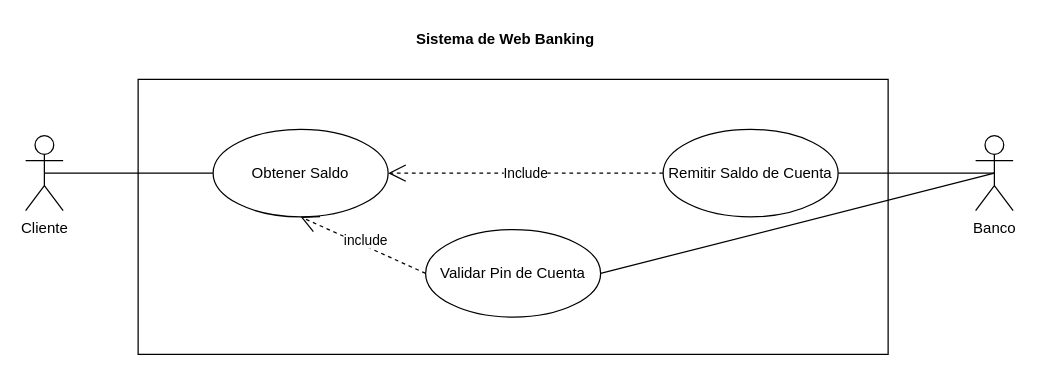
elias-gill-UNA/Compartido keeps this draw.io diagram as parcial/Casos de Uso/Caso_de_Uso_Obtener_Saldo.drawio. Above is the earlier version. Source tidied: cells renumbered, new cells numbered last; positions are measured from the earlier drawing's top-left corner, leaving out a move shared by most shapes. Both pictures are drawn from the tidied source at 125%, with x=0, y=0 at pixel (25, 21).
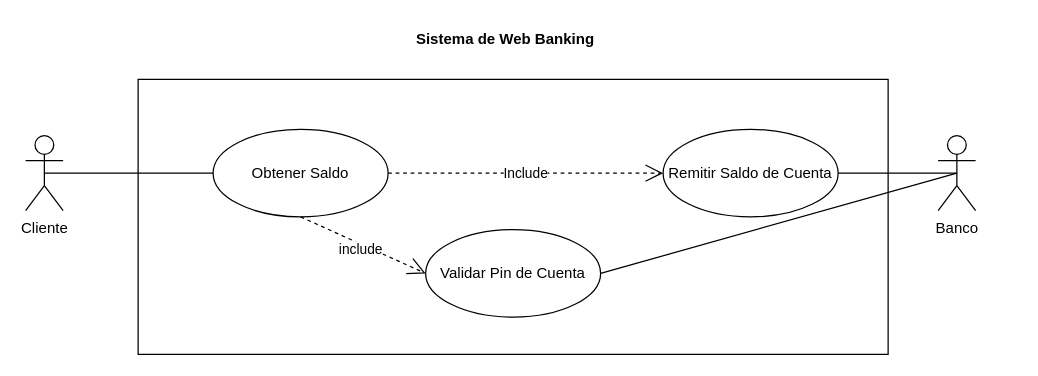
Above is the later version.

What changed in the source:
```diff
@@
 <mxGraphModel>
   <root>
     <mxCell id="0" />
     <mxCell id="1" parent="0" />
     <mxCell id="2" style="html=1;" parent="1" vertex="1">
       <mxGeometry x="90" y="46" width="600" height="220" as="geometry" />
     </mxCell>
     <mxCell id="3" value="Cliente" style="shape=umlActor;verticalLabelPosition=bottom;verticalAlign=top;html=1;" parent="1" vertex="1">
       <mxGeometry y="91" width="30" height="60" as="geometry" />
     </mxCell>
     <mxCell id="4" value="Sistema de Web Banking" style="text;align=center;fontStyle=1;verticalAlign=middle;spacingLeft=3;spacingRight=3;strokeColor=none;" parent="1" vertex="1">
       <mxGeometry x="344" width="80" height="26" as="geometry" />
     </mxCell>
     <mxCell id="5" value="Banco" style="shape=umlActor;verticalLabelPosition=bottom;verticalAlign=top;html=1;" parent="1" vertex="1">
-      <mxGeometry x="760" y="91" width="30" height="60" as="geometry" />
+      <mxGeometry x="730" y="91" width="30" height="60" as="geometry" />
     </mxCell>
     <mxCell id="6" style="endArrow=none;html=1;rounded=0;exitX=0;exitY=0.5;exitDx=0;exitDy=0;entryX=0.5;entryY=0.5;entryDx=0;entryDy=0;entryPerimeter=0;" parent="1" edge="1" source="7" target="3">
       <mxGeometry relative="1" as="geometry" />
     </mxCell>
     <mxCell id="7" value="Obtener Saldo" style="ellipse;whiteSpace=wrap;html=1;" parent="1" vertex="1">
       <mxGeometry x="150" y="86" width="140" height="70" as="geometry" />
     </mxCell>
     <mxCell id="8" value="Remitir Saldo de Cuenta" style="ellipse;whiteSpace=wrap;html=1;" parent="1" vertex="1">
       <mxGeometry x="510" y="86" width="140" height="70" as="geometry" />
     </mxCell>
     <mxCell id="9" style="endArrow=none;html=1;rounded=0;entryX=0.5;entryY=0.5;entryDx=0;entryDy=0;entryPerimeter=0;exitX=1;exitY=0.5;exitDx=0;exitDy=0;" parent="1" edge="1" source="8" target="5">
       <mxGeometry relative="1" as="geometry" />
     </mxCell>
-    <mxCell id="10" value="Include" style="endArrow=open;endSize=12;dashed=1;html=1;rounded=0;exitX=0;exitY=0.5;exitDx=0;exitDy=0;entryX=1;entryY=0.5;entryDx=0;entryDy=0;" parent="1" edge="1" source="8" target="7">
+    <mxCell id="10" value="Include" style="endArrow=open;endSize=12;dashed=1;html=1;rounded=0;exitX=1;exitY=0.5;exitDx=0;exitDy=0;entryX=0;entryY=0.5;entryDx=0;entryDy=0;" parent="1" edge="1" source="7" target="8">
       <mxGeometry relative="1" as="geometry" />
     </mxCell>
     <mxCell id="11" style="endArrow=none;html=1;rounded=0;entryX=0.5;entryY=0.5;entryDx=0;entryDy=0;entryPerimeter=0;exitX=1;exitY=0.5;exitDx=0;exitDy=0;" parent="1" edge="1" source="12" target="5">
       <mxGeometry relative="1" as="geometry" />
     </mxCell>
     <mxCell id="12" value="Validar Pin de Cuenta" style="ellipse;whiteSpace=wrap;html=1;" parent="1" vertex="1">
       <mxGeometry x="320" y="166.2" width="140" height="70" as="geometry" />
     </mxCell>
-    <mxCell id="13" value="include" style="endArrow=open;endSize=12;dashed=1;html=1;rounded=0;exitX=0;exitY=0.5;exitDx=0;exitDy=0;entryX=0.5;entryY=1;entryDx=0;entryDy=0;" parent="1" edge="1" source="12" target="7">
+    <mxCell id="13" value="include" style="endArrow=open;endSize=12;dashed=1;html=1;rounded=0;exitX=0.5;exitY=1;exitDx=0;exitDy=0;entryX=0;entryY=0.5;entryDx=0;entryDy=0;" parent="1" edge="1" source="7" target="12">
       <mxGeometry y="-4" relative="1" as="geometry" />
     </mxCell>
   </root>
 </mxGraphModel>
```
